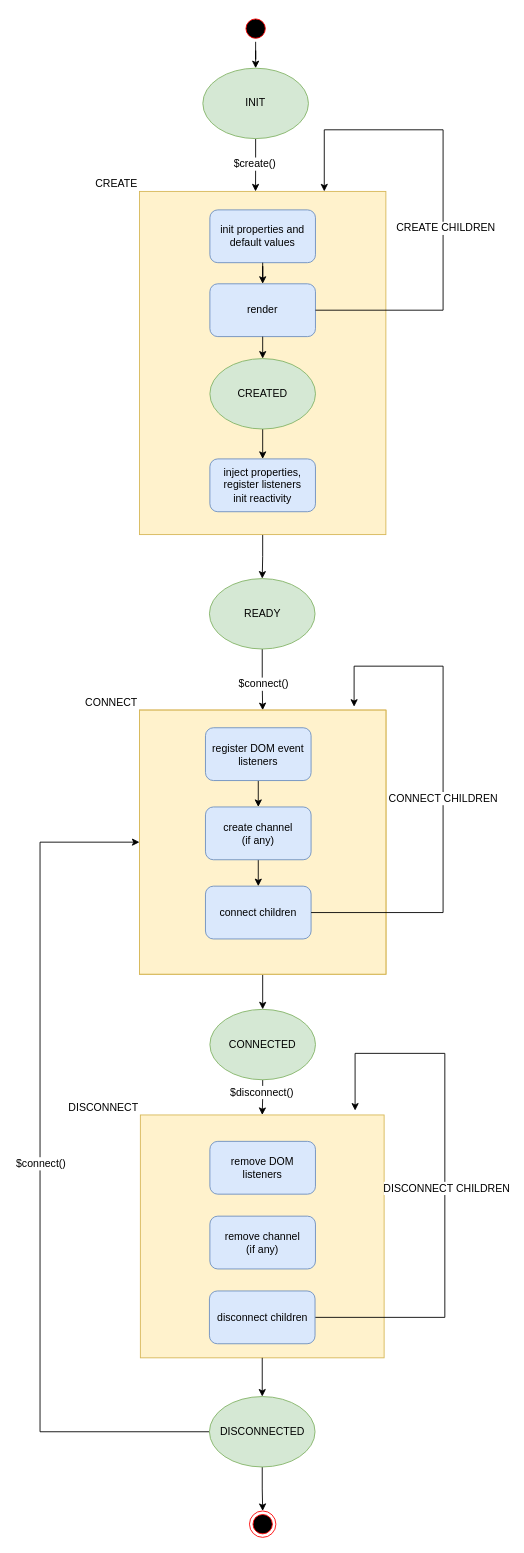
Before: web/doc/docs/qute.drawio in bstefanescu/qutejs, a draw.io diagram. Source tidied: cells renumbered, new cells numbered last; positions are measured from the earlier drawing's top-left corner, leaving out a move shared by most shapes. Both pictures are drawn from the tidied source at 88%, with x=0, y=0 at pixel (40, 15).
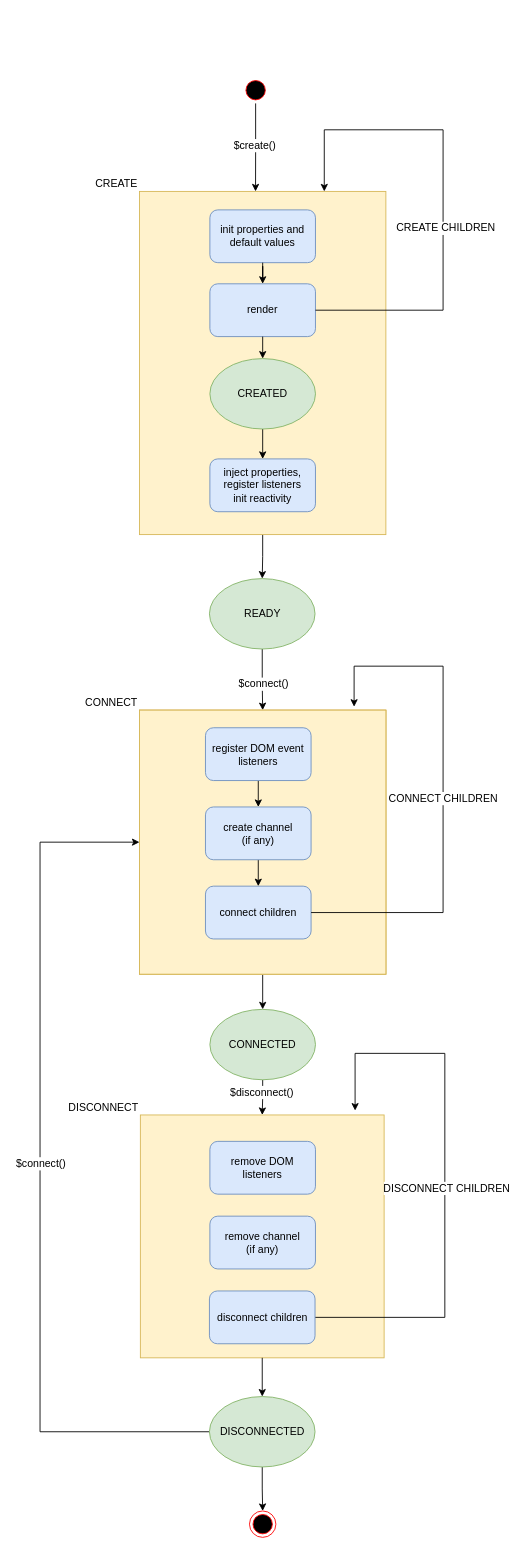
The same diagram, later.

The change refers to these unchanged cells:
```xml
<mxCell id="16" value="CREATE" style="rounded=0;whiteSpace=wrap;html=1;labelPosition=left;verticalLabelPosition=top;align=right;verticalAlign=bottom;fillColor=#fff2cc;strokeColor=#d6b656;" parent="1" vertex="1">
  <mxGeometry x="113" y="200" width="280" height="390" as="geometry" />
</mxCell>
```

Change to the diagram source:
```diff
@@
-    <mxCell id="3" style="edgeStyle=orthogonalEdgeStyle;rounded=0;jettySize=auto;html=1;entryX=0.5;entryY=0;entryDx=0;entryDy=0;" parent="1" edge="1" source="4" target="15">
-      <mxGeometry relative="1" as="geometry" />
-    </mxCell>
     <mxCell id="4" style="ellipse;html=1;shape=startState;fillColor=#000000;strokeColor=#ff0000;" parent="1" vertex="1">
-      <mxGeometry x="230" width="30" height="30" as="geometry" />
+      <mxGeometry x="230" y="70" width="30" height="30" as="geometry" />
     </mxCell>
@@
-    <mxCell id="13" style="edgeStyle=orthogonalEdgeStyle;rounded=0;jettySize=auto;html=1;exitX=0.5;exitY=1;exitDx=0;exitDy=0;entryX=0.471;entryY=0;entryDx=0;entryDy=0;entryPerimeter=0;" parent="1" edge="1" source="15" target="16">
+    <mxCell id="13" style="edgeStyle=orthogonalEdgeStyle;rounded=0;jettySize=auto;html=1;entryX=0.471;entryY=0;entryDx=0;entryDy=0;entryPerimeter=0;" parent="1" edge="1" source="4" target="16">
       <mxGeometry relative="1" as="geometry" />
     </mxCell>
@@
-    <mxCell id="15" value="INIT" style="ellipse;whiteSpace=wrap;html=1;labelBackgroundColor=none;fillColor=#d5e8d4;strokeColor=#82b366;" parent="1" vertex="1">
-      <mxGeometry x="185" y="60" width="120" height="80" as="geometry" />
-    </mxCell>
```
